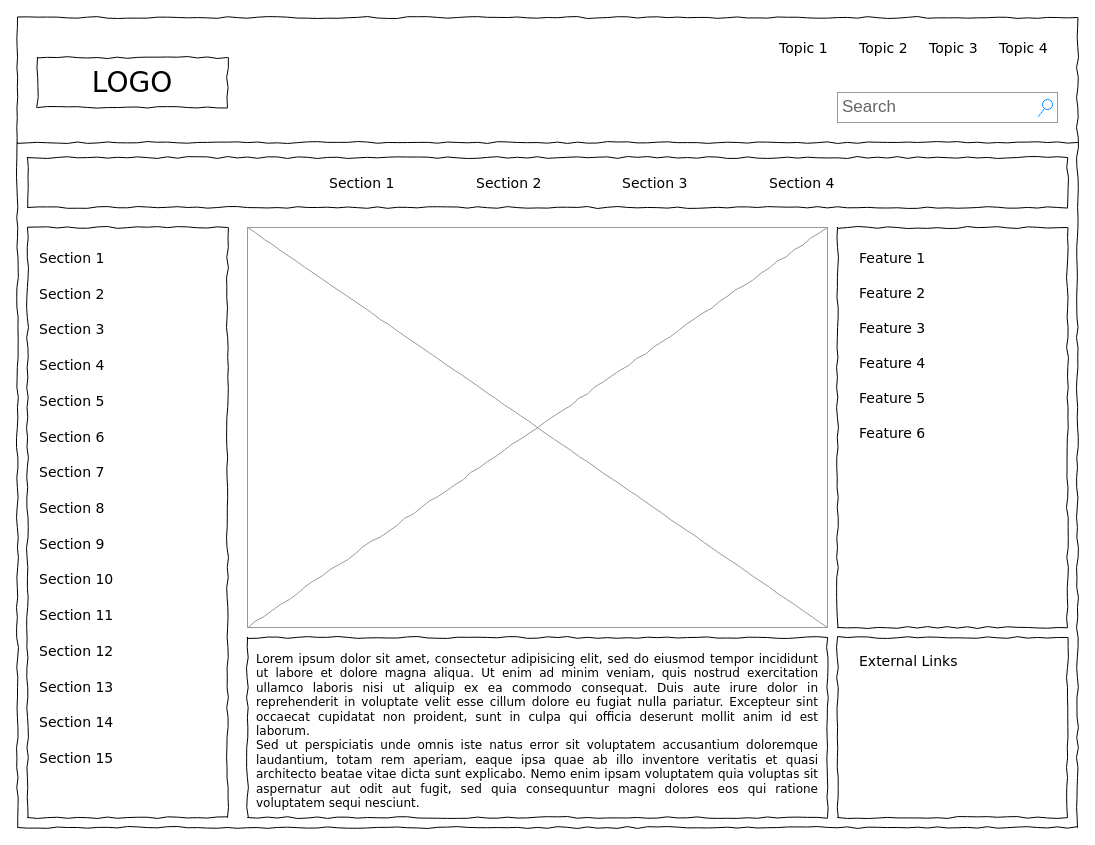
Earlier version of the draw.io diagram Untitled Diagram.drawio (droumanet/test). Source tidied: cells renumbered, new cells numbered last; positions are measured from the earlier drawing's top-left corner, leaving out a move shared by most shapes. Both pictures are drawn from the tidied source at 100%, with x=0, y=0 at pixel (17, 17).
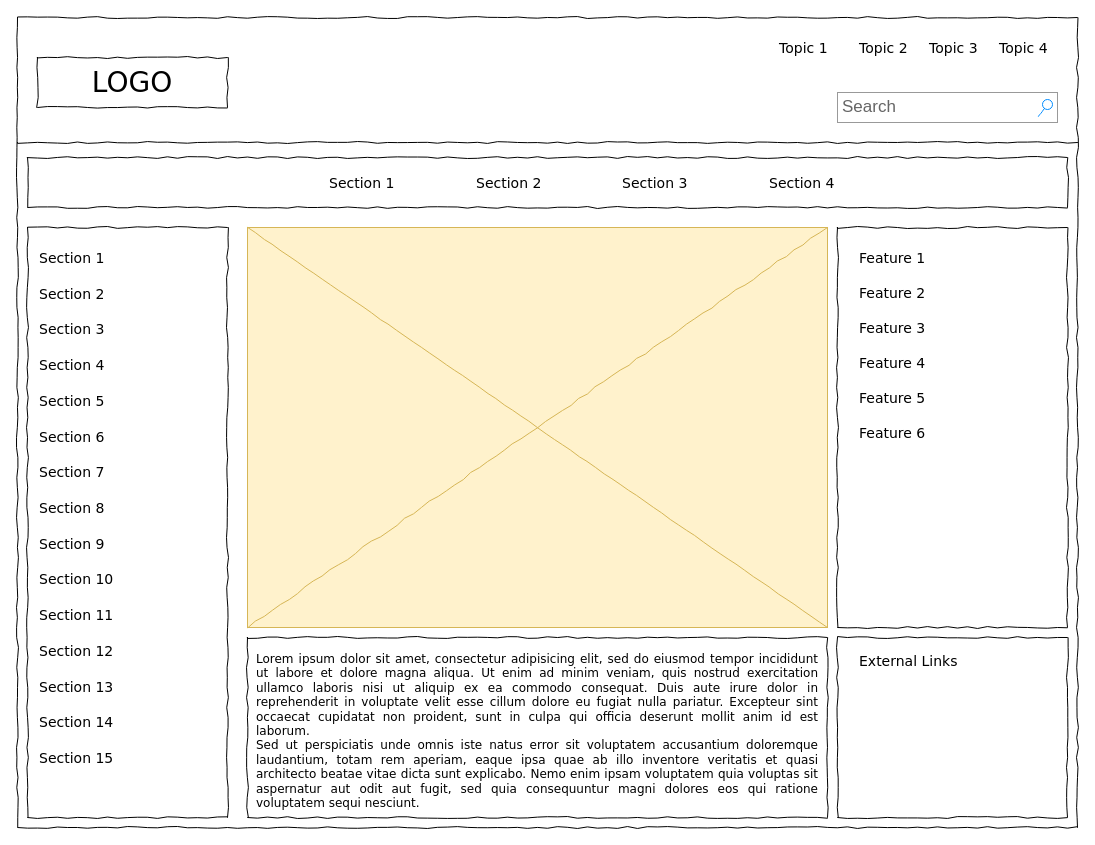
Above is the later version.

What changed in the source:
```diff
@@
-    <mxCell id="17" style="verticalLabelPosition=bottom;shadow=0;dashed=0;align=center;html=1;verticalAlign=top;strokeWidth=1;shape=mxgraph.mockup.graphics.simpleIcon;strokeColor=#999999;rounded=0;labelBackgroundColor=none;fontFamily=Verdana;fontSize=14;fontColor=#000000;comic=1;" parent="1" vertex="1">
+    <mxCell id="17" style="verticalLabelPosition=bottom;shadow=0;dashed=0;align=center;html=1;verticalAlign=top;strokeWidth=1;shape=mxgraph.mockup.graphics.simpleIcon;strokeColor=#d6b656;rounded=0;labelBackgroundColor=none;fontFamily=Verdana;fontSize=14;comic=1;fillColor=#fff2cc;" parent="1" vertex="1">
       <mxGeometry x="230" y="210" width="580" height="400" as="geometry" />
     </mxCell>
```
